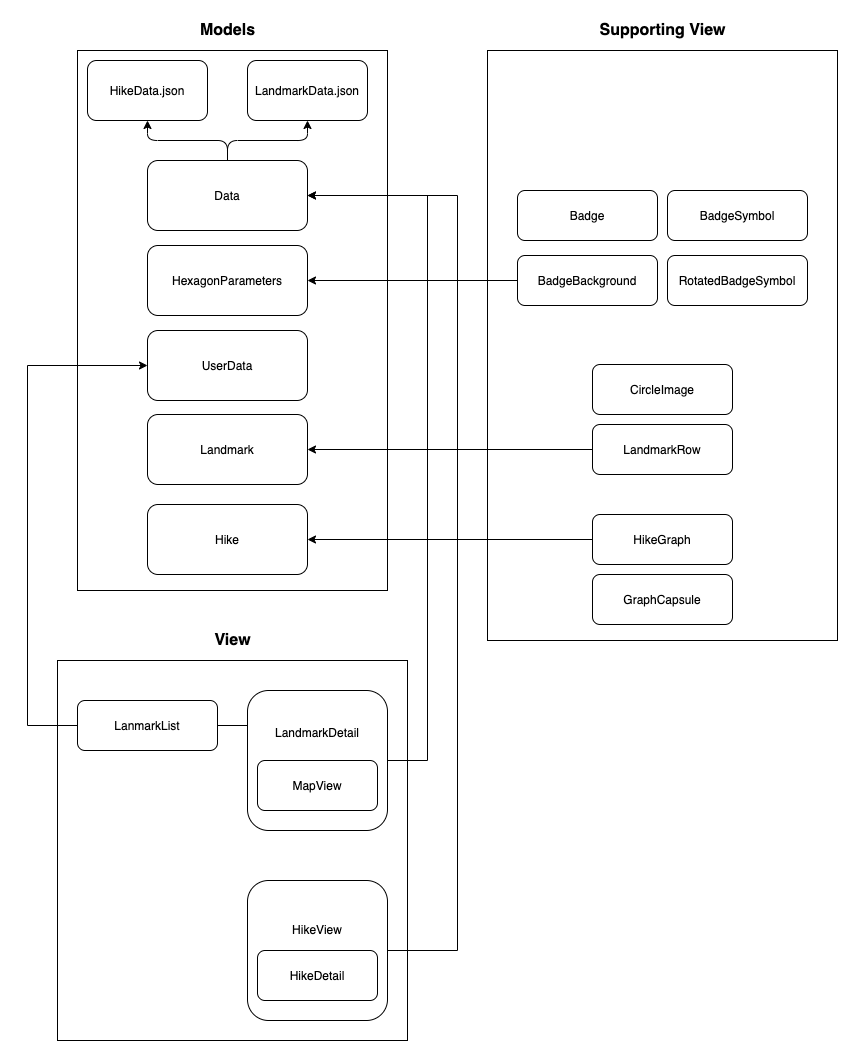
This is architecture.png from kiryun/iOS-SwiftUI_tuto, a draw.io export, as it was before one commit. Source tidied: cells renumbered, new cells last; positions are measured from the earlier drawing's top-left corner, leaving out a move shared by most shapes.
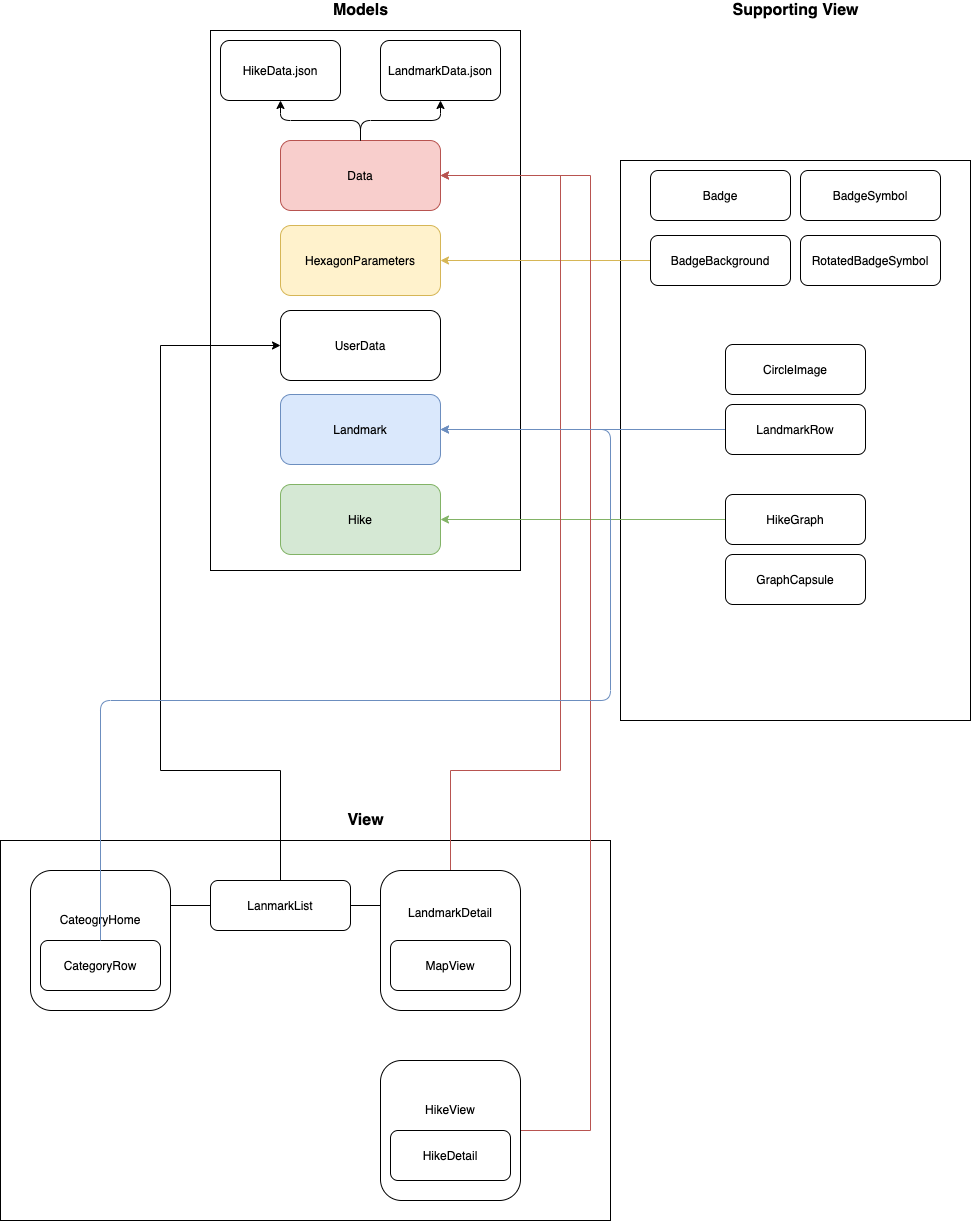
The same diagram one commit later.

Change to the diagram source:
```diff
@@ -3,7 +3,7 @@
     <mxCell id="0" />
     <mxCell id="1" parent="0" />
     <mxCell id="2" style="rounded=0;whiteSpace=wrap;html=1;" parent="1" vertex="1">
-      <mxGeometry x="460" y="30" width="350" height="590" as="geometry" />
+      <mxGeometry x="460" y="160" width="350" height="560" as="geometry" />
     </mxCell>
     <mxCell id="3" style="rounded=0;whiteSpace=wrap;html=1;" parent="1" vertex="1">
       <mxGeometry x="50" y="30" width="310" height="540" as="geometry" />
@@ -14,7 +14,7 @@
     <mxCell id="5" value="LandmarkData.json" style="rounded=1;whiteSpace=wrap;html=1;" parent="1" vertex="1">
       <mxGeometry x="220" y="40" width="120" height="60" as="geometry" />
     </mxCell>
-    <mxCell id="6" value="Data" style="rounded=1;whiteSpace=wrap;html=1;" parent="1" vertex="1">
+    <mxCell id="6" value="Data" style="rounded=1;whiteSpace=wrap;html=1;fillColor=#f8cecc;strokeColor=#b85450;" parent="1" vertex="1">
       <mxGeometry x="120" y="140" width="160" height="70" as="geometry" />
     </mxCell>
     <mxCell id="7" style="endArrow=classic;html=1;entryX=0.5;entryY=1;entryDx=0;entryDy=0;exitX=0.5;exitY=0;exitDx=0;exitDy=0;" parent="1" edge="1" source="6" target="4">
@@ -36,10 +36,10 @@
     <mxCell id="9" value="UserData" style="rounded=1;whiteSpace=wrap;html=1;" parent="1" vertex="1">
       <mxGeometry x="120" y="310" width="160" height="70" as="geometry" />
     </mxCell>
-    <mxCell id="10" value="Landmark" style="rounded=1;whiteSpace=wrap;html=1;" parent="1" vertex="1">
+    <mxCell id="10" value="Landmark" style="rounded=1;whiteSpace=wrap;html=1;fillColor=#dae8fc;strokeColor=#6c8ebf;" parent="1" vertex="1">
       <mxGeometry x="120" y="394" width="160" height="70" as="geometry" />
     </mxCell>
-    <mxCell id="11" value="Hike" style="rounded=1;whiteSpace=wrap;html=1;" parent="1" vertex="1">
+    <mxCell id="11" value="Hike" style="rounded=1;whiteSpace=wrap;html=1;fillColor=#d5e8d4;strokeColor=#82b366;" parent="1" vertex="1">
       <mxGeometry x="120" y="484" width="160" height="70" as="geometry" />
     </mxCell>
     <mxCell id="12" value="&lt;b&gt;&lt;font style=&quot;font-size: 16px&quot;&gt;Models&lt;/font&gt;&lt;/b&gt;" style="text;html=1;strokeColor=none;fillColor=none;align=center;verticalAlign=middle;whiteSpace=wrap;rounded=0;" parent="1" vertex="1">
@@ -51,7 +51,7 @@
     <mxCell id="14" value="Badge" style="rounded=1;whiteSpace=wrap;html=1;" parent="1" vertex="1">
       <mxGeometry x="490" y="170" width="140" height="50" as="geometry" />
     </mxCell>
-    <mxCell id="15" style="edgeStyle=orthogonalEdgeStyle;rounded=0;jettySize=auto;html=1;entryX=1;entryY=0.5;entryDx=0;entryDy=0;" parent="1" edge="1" source="16" target="25">
+    <mxCell id="15" style="edgeStyle=orthogonalEdgeStyle;rounded=0;jettySize=auto;html=1;entryX=1;entryY=0.5;entryDx=0;entryDy=0;fillColor=#fff2cc;strokeColor=#d6b656;" parent="1" edge="1" source="16" target="25">
       <mxGeometry relative="1" as="geometry" />
     </mxCell>
     <mxCell id="16" value="BadgeBackground" style="rounded=1;whiteSpace=wrap;html=1;" parent="1" vertex="1">
@@ -66,13 +66,13 @@
     <mxCell id="19" value="CircleImage" style="rounded=1;whiteSpace=wrap;html=1;" parent="1" vertex="1">
       <mxGeometry x="565" y="344" width="140" height="50" as="geometry" />
     </mxCell>
-    <mxCell id="20" style="edgeStyle=orthogonalEdgeStyle;rounded=0;jettySize=auto;html=1;entryX=1;entryY=0.5;entryDx=0;entryDy=0;" parent="1" edge="1" source="21" target="10">
+    <mxCell id="20" style="edgeStyle=orthogonalEdgeStyle;rounded=0;jettySize=auto;html=1;entryX=1;entryY=0.5;entryDx=0;entryDy=0;fillColor=#dae8fc;strokeColor=#6c8ebf;" parent="1" edge="1" source="21" target="10">
       <mxGeometry relative="1" as="geometry" />
     </mxCell>
     <mxCell id="21" value="LandmarkRow" style="rounded=1;whiteSpace=wrap;html=1;" parent="1" vertex="1">
       <mxGeometry x="565" y="404" width="140" height="50" as="geometry" />
     </mxCell>
-    <mxCell id="22" style="edgeStyle=orthogonalEdgeStyle;rounded=0;jettySize=auto;html=1;entryX=1;entryY=0.5;entryDx=0;entryDy=0;" parent="1" edge="1" source="23" target="11">
+    <mxCell id="22" style="edgeStyle=orthogonalEdgeStyle;rounded=0;jettySize=auto;html=1;entryX=1;entryY=0.5;entryDx=0;entryDy=0;fillColor=#d5e8d4;strokeColor=#82b366;" parent="1" edge="1" source="23" target="11">
       <mxGeometry relative="1" as="geometry" />
     </mxCell>
     <mxCell id="23" value="HikeGraph" style="rounded=1;whiteSpace=wrap;html=1;" parent="1" vertex="1">
@@ -81,56 +81,76 @@
     <mxCell id="24" value="GraphCapsule" style="rounded=1;whiteSpace=wrap;html=1;" parent="1" vertex="1">
       <mxGeometry x="565" y="554" width="140" height="50" as="geometry" />
     </mxCell>
-    <mxCell id="25" value="HexagonParameters" style="rounded=1;whiteSpace=wrap;html=1;" parent="1" vertex="1">
+    <mxCell id="25" value="HexagonParameters" style="rounded=1;whiteSpace=wrap;html=1;fillColor=#fff2cc;strokeColor=#d6b656;" parent="1" vertex="1">
       <mxGeometry x="120" y="225" width="160" height="70" as="geometry" />
     </mxCell>
     <mxCell id="26" style="rounded=0;whiteSpace=wrap;html=1;" parent="1" vertex="1">
-      <mxGeometry x="30" y="640" width="350" height="380" as="geometry" />
+      <mxGeometry x="-160" y="840" width="610" height="380" as="geometry" />
     </mxCell>
     <mxCell id="27" value="&lt;span style=&quot;font-size: 16px&quot;&gt;&lt;b&gt;View&lt;/b&gt;&lt;/span&gt;" style="text;html=1;strokeColor=none;fillColor=none;align=center;verticalAlign=middle;whiteSpace=wrap;rounded=0;" parent="1" vertex="1">
-      <mxGeometry x="138.8" y="610" width="132.5" height="20" as="geometry" />
+      <mxGeometry x="138.8" y="810" width="132.5" height="20" as="geometry" />
     </mxCell>
     <mxCell id="28" value="LanmarkList" style="rounded=1;whiteSpace=wrap;html=1;" parent="1" vertex="1">
-      <mxGeometry x="50" y="680" width="140" height="50" as="geometry" />
+      <mxGeometry x="50" y="880" width="140" height="50" as="geometry" />
     </mxCell>
-    <mxCell id="29" style="edgeStyle=orthogonalEdgeStyle;rounded=0;jettySize=auto;html=1;entryX=1;entryY=0.5;entryDx=0;entryDy=0;" parent="1" edge="1" source="30" target="6">
+    <mxCell id="29" style="edgeStyle=orthogonalEdgeStyle;rounded=0;jettySize=auto;html=1;entryX=1;entryY=0.5;entryDx=0;entryDy=0;fillColor=#f8cecc;strokeColor=#b85450;" parent="1" edge="1" source="30" target="6">
       <mxGeometry relative="1" as="geometry">
         <Array as="points">
-          <mxPoint x="400" y="740" />
+          <mxPoint x="290" y="770" />
+          <mxPoint x="400" y="770" />
           <mxPoint x="400" y="175" />
         </Array>
       </mxGeometry>
     </mxCell>
     <mxCell id="30" value="LandmarkDetail&lt;br&gt;&lt;br&gt;&lt;br&gt;&lt;br&gt;&lt;br&gt;" style="rounded=1;whiteSpace=wrap;html=1;" parent="1" vertex="1">
-      <mxGeometry x="220" y="670" width="140" height="140" as="geometry" />
+      <mxGeometry x="220" y="870" width="140" height="140" as="geometry" />
     </mxCell>
     <mxCell id="31" value="MapView" style="rounded=1;whiteSpace=wrap;html=1;" parent="1" vertex="1">
-      <mxGeometry x="230" y="740" width="120" height="50" as="geometry" />
+      <mxGeometry x="230" y="940" width="120" height="50" as="geometry" />
     </mxCell>
     <mxCell id="32" style="endArrow=none;html=1;entryX=0;entryY=0.25;entryDx=0;entryDy=0;exitX=1;exitY=0.5;exitDx=0;exitDy=0;" parent="1" edge="1" source="28" target="30">
       <mxGeometry relative="1" as="geometry" />
     </mxCell>
-    <mxCell id="33" style="edgeStyle=orthogonalEdgeStyle;rounded=0;jettySize=auto;html=1;entryX=1;entryY=0.5;entryDx=0;entryDy=0;" parent="1" edge="1" source="34" target="6">
+    <mxCell id="33" style="edgeStyle=orthogonalEdgeStyle;rounded=0;jettySize=auto;html=1;entryX=1;entryY=0.5;entryDx=0;entryDy=0;fillColor=#f8cecc;strokeColor=#b85450;" parent="1" edge="1" source="34" target="6">
       <mxGeometry relative="1" as="geometry">
         <Array as="points">
-          <mxPoint x="430" y="930" />
+          <mxPoint x="430" y="1130" />
           <mxPoint x="430" y="175" />
         </Array>
       </mxGeometry>
     </mxCell>
     <mxCell id="34" value="HikeView&lt;br&gt;&lt;br&gt;&lt;br&gt;&lt;br&gt;" style="rounded=1;whiteSpace=wrap;html=1;" parent="1" vertex="1">
-      <mxGeometry x="220" y="860" width="140" height="140" as="geometry" />
+      <mxGeometry x="220" y="1060" width="140" height="140" as="geometry" />
     </mxCell>
     <mxCell id="35" value="HikeDetail" style="rounded=1;whiteSpace=wrap;html=1;" parent="1" vertex="1">
-      <mxGeometry x="230" y="930" width="120" height="50" as="geometry" />
+      <mxGeometry x="230" y="1130" width="120" height="50" as="geometry" />
     </mxCell>
     <mxCell id="36" style="edgeStyle=orthogonalEdgeStyle;rounded=0;jettySize=auto;html=1;entryX=0;entryY=0.5;entryDx=0;entryDy=0;" parent="1" edge="1" source="28" target="9">
       <mxGeometry relative="1" as="geometry">
         <Array as="points">
-          <mxPoint y="705" />
+          <mxPoint x="120" y="770" />
+          <mxPoint y="770" />
           <mxPoint y="345" />
         </Array>
       </mxGeometry>
     </mxCell>
+    <mxCell id="37" value="CateogryHome&lt;br&gt;&lt;br&gt;&lt;br&gt;&lt;br&gt;" style="rounded=1;whiteSpace=wrap;html=1;" parent="1" vertex="1">
+      <mxGeometry x="-130" y="870" width="140" height="140" as="geometry" />
+    </mxCell>
+    <mxCell id="38" value="CategoryRow" style="rounded=1;whiteSpace=wrap;html=1;" parent="1" vertex="1">
+      <mxGeometry x="-120" y="940" width="120" height="50" as="geometry" />
+    </mxCell>
+    <mxCell id="39" style="endArrow=classic;html=1;entryX=1;entryY=0.5;entryDx=0;entryDy=0;exitX=0.5;exitY=0;exitDx=0;exitDy=0;fillColor=#dae8fc;strokeColor=#6c8ebf;" parent="1" edge="1" source="38" target="10">
+      <mxGeometry relative="1" as="geometry">
+        <Array as="points">
+          <mxPoint x="-60" y="700" />
+          <mxPoint x="450" y="700" />
+          <mxPoint x="450" y="429" />
+        </Array>
+      </mxGeometry>
+    </mxCell>
+    <mxCell id="40" style="endArrow=none;html=1;entryX=0;entryY=0.5;entryDx=0;entryDy=0;exitX=1;exitY=0.25;exitDx=0;exitDy=0;" parent="1" edge="1" source="37" target="28">
+      <mxGeometry relative="1" as="geometry" />
+    </mxCell>
   </root>
 </mxGraphModel>
```
